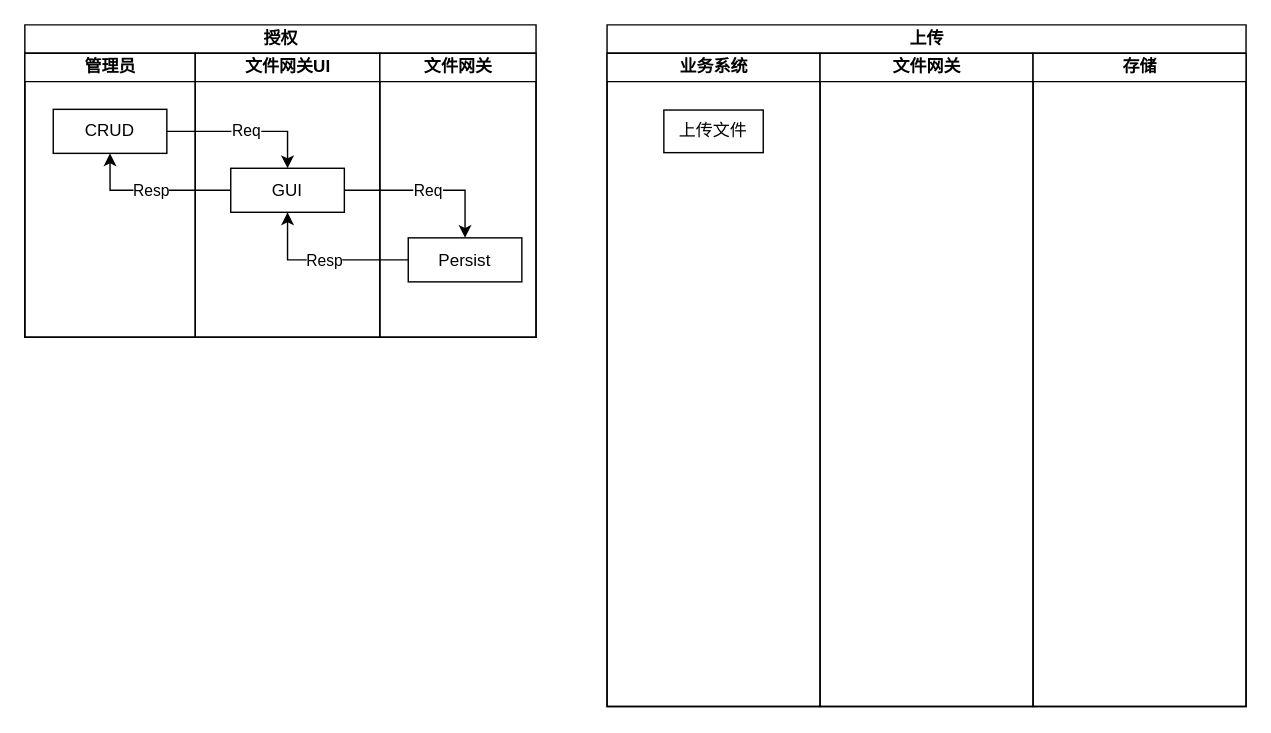
Above: File-gateway.drawio in MouGG/drawio (draw.io), before the change. Source tidied: cells renumbered, new cells numbered last; positions are measured from the earlier drawing's top-left corner, leaving out a move shared by most shapes. Both pictures are drawn from the tidied source at 142%, with x=0, y=0 at pixel (24, 24).
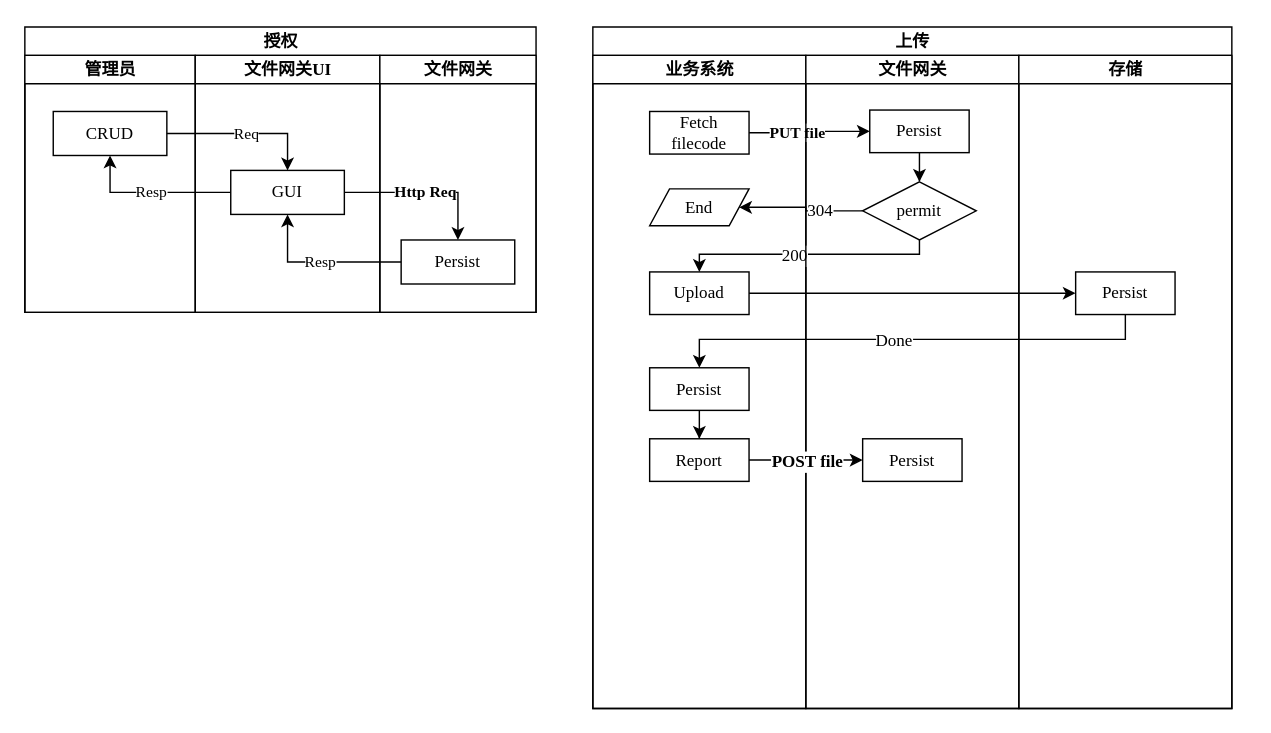
The same diagram, later.

Change to the diagram source:
```diff
@@
-    <mxCell id="2" value="上传" style="swimlane;html=1;startSize=20;" parent="1" vertex="1">
-      <mxGeometry x="410" width="450" height="480" as="geometry" />
+    <mxCell id="2" value="上传" style="swimlane;html=1;startSize=20;fontFamily=Times New Roman;" parent="1" vertex="1">
+      <mxGeometry x="400" y="1.5" width="450" height="480" as="geometry" />
     </mxCell>
-    <mxCell id="3" value="业务系统" style="swimlane;html=1;startSize=20;" parent="2" vertex="1">
+    <mxCell id="3" value="业务系统" style="swimlane;html=1;startSize=20;fontFamily=Times New Roman;" parent="2" vertex="1">
       <mxGeometry y="20" width="150" height="460" as="geometry" />
     </mxCell>
-    <mxCell id="4" value="上传文件" style="rounded=0;whiteSpace=wrap;html=1;" parent="3" vertex="1">
-      <mxGeometry x="40" y="40" width="70" height="30" as="geometry" />
+    <mxCell id="4" value="Fetch filecode" style="rounded=0;whiteSpace=wrap;html=1;fontFamily=Times New Roman;" parent="3" vertex="1">
+      <mxGeometry x="40" y="39.5" width="70" height="30" as="geometry" />
     </mxCell>
+    <mxCell id="18" value="End" style="shape=parallelogram;perimeter=parallelogramPerimeter;whiteSpace=wrap;html=1;fontFamily=Times New Roman;" parent="3" vertex="1">
+      <mxGeometry x="40" y="94" width="70" height="26" as="geometry" />
+    </mxCell>
+    <mxCell id="19" value="Upload" style="rounded=0;whiteSpace=wrap;html=1;fontFamily=Times New Roman;" parent="3" vertex="1">
+      <mxGeometry x="40" y="152.5" width="70" height="30" as="geometry" />
+    </mxCell>
+    <mxCell id="20" style="edgeStyle=orthogonalEdgeStyle;rounded=0;comic=0;jettySize=auto;html=1;fontFamily=Times New Roman;" parent="3" edge="1" source="21" target="22">
+      <mxGeometry relative="1" as="geometry" />
+    </mxCell>
+    <mxCell id="21" value="Persist" style="rounded=0;whiteSpace=wrap;html=1;fontFamily=Times New Roman;" parent="3" vertex="1">
+      <mxGeometry x="40" y="220" width="70" height="30" as="geometry" />
+    </mxCell>
+    <mxCell id="22" value="Report" style="rounded=0;whiteSpace=wrap;html=1;fontFamily=Times New Roman;" parent="3" vertex="1">
+      <mxGeometry x="40" y="270" width="70" height="30" as="geometry" />
+    </mxCell>
+    <mxCell id="23" value="&lt;font&gt;&lt;b&gt;PUT file&lt;/b&gt;&lt;/font&gt;" style="edgeStyle=orthogonalEdgeStyle;rounded=0;comic=0;jettySize=auto;html=1;fontFamily=Times New Roman;entryX=0;entryY=0.5;entryDx=0;entryDy=0;" parent="2" edge="1" source="4" target="32">
+      <mxGeometry x="-0.22" relative="1" as="geometry" />
+    </mxCell>
+    <mxCell id="24" style="edgeStyle=orthogonalEdgeStyle;rounded=0;comic=0;jettySize=auto;html=1;fontFamily=Times New Roman;" parent="2" edge="1" source="29" target="18">
+      <mxGeometry relative="1" as="geometry" />
+    </mxCell>
+    <mxCell id="25" value="&lt;div&gt;304&lt;/div&gt;" style="text;html=1;align=center;verticalAlign=middle;labelBackgroundColor=#ffffff;fontFamily=Times New Roman;" parent="24" vertex="1">
+      <mxGeometry x="-0.3" y="-1" relative="1" as="geometry" />
+    </mxCell>
+    <mxCell id="26" style="edgeStyle=orthogonalEdgeStyle;rounded=0;comic=0;jettySize=auto;html=1;entryX=0.5;entryY=0;entryDx=0;entryDy=0;fontFamily=Times New Roman;" parent="2" edge="1" source="29" target="19">
+      <mxGeometry relative="1" as="geometry">
+        <Array as="points">
+          <mxPoint x="230" y="160" />
+          <mxPoint x="75" y="160" />
+        </Array>
+      </mxGeometry>
+    </mxCell>
+    <mxCell id="27" value="200" style="text;html=1;align=center;verticalAlign=middle;labelBackgroundColor=#ffffff;fontFamily=Times New Roman;" parent="26" vertex="1">
+      <mxGeometry x="0.11" y="1" relative="1" as="geometry" />
+    </mxCell>
+    <mxCell id="28" style="edgeStyle=orthogonalEdgeStyle;rounded=0;comic=0;jettySize=auto;html=1;entryX=0;entryY=0.5;entryDx=0;entryDy=0;fontFamily=Times New Roman;" parent="2" edge="1" source="19" target="33">
+      <mxGeometry relative="1" as="geometry" />
+    </mxCell>
-    <mxCell id="5" value="文件网关" style="swimlane;html=1;startSize=20;" parent="2" vertex="1">
+    <mxCell id="5" value="文件网关" style="swimlane;html=1;startSize=20;fontFamily=Times New Roman;" parent="2" vertex="1">
       <mxGeometry x="150" y="20" width="150" height="460" as="geometry" />
     </mxCell>
+    <mxCell id="29" value="&lt;font&gt;permit&lt;/font&gt;" style="rhombus;whiteSpace=wrap;html=1;fontFamily=Times New Roman;" parent="5" vertex="1">
+      <mxGeometry x="40" y="89" width="80" height="41" as="geometry" />
+    </mxCell>
+    <mxCell id="30" value="Persist" style="rounded=0;whiteSpace=wrap;html=1;fontFamily=Times New Roman;" parent="5" vertex="1">
+      <mxGeometry x="40" y="270" width="70" height="30" as="geometry" />
+    </mxCell>
+    <mxCell id="31" style="edgeStyle=orthogonalEdgeStyle;rounded=0;comic=0;jettySize=auto;html=1;entryX=0.5;entryY=0;entryDx=0;entryDy=0;fontFamily=Times New Roman;" parent="5" edge="1" source="32" target="29">
+      <mxGeometry relative="1" as="geometry" />
+    </mxCell>
+    <mxCell id="32" value="Persist" style="rounded=0;whiteSpace=wrap;html=1;fontFamily=Times New Roman;" parent="5" vertex="1">
+      <mxGeometry x="45" y="38.5" width="70" height="30" as="geometry" />
+    </mxCell>
-    <mxCell id="6" value="存储" style="swimlane;html=1;startSize=20;" parent="2" vertex="1">
+    <mxCell id="6" value="存储" style="swimlane;html=1;startSize=20;fontFamily=Times New Roman;" parent="2" vertex="1">
       <mxGeometry x="300" y="20" width="150" height="460" as="geometry" />
     </mxCell>
+    <mxCell id="33" value="Persist" style="rounded=0;whiteSpace=wrap;html=1;fontFamily=Times New Roman;" parent="6" vertex="1">
+      <mxGeometry x="40" y="152.5" width="70" height="30" as="geometry" />
+    </mxCell>
+    <mxCell id="34" style="edgeStyle=orthogonalEdgeStyle;rounded=0;comic=0;jettySize=auto;html=1;entryX=0.5;entryY=0;entryDx=0;entryDy=0;fontFamily=Times New Roman;" parent="2" edge="1" source="33" target="21">
+      <mxGeometry relative="1" as="geometry">
+        <Array as="points">
+          <mxPoint x="375" y="220" />
+          <mxPoint x="75" y="220" />
+        </Array>
+      </mxGeometry>
+    </mxCell>
+    <mxCell id="35" value="&lt;div&gt;Done&lt;/div&gt;" style="text;html=1;align=center;verticalAlign=middle;labelBackgroundColor=#ffffff;fontFamily=Times New Roman;" parent="34" vertex="1">
+      <mxGeometry x="0.07" y="1" relative="1" as="geometry" />
+    </mxCell>
+    <mxCell id="36" style="edgeStyle=orthogonalEdgeStyle;rounded=0;comic=0;jettySize=auto;html=1;entryX=0;entryY=0.5;entryDx=0;entryDy=0;fontFamily=Times New Roman;" parent="2" edge="1" source="22" target="30">
+      <mxGeometry relative="1" as="geometry" />
+    </mxCell>
+    <mxCell id="37" value="POST file" style="text;html=1;align=center;verticalAlign=middle;labelBackgroundColor=#ffffff;fontStyle=1;fontFamily=Times New Roman;" parent="36" vertex="1">
+      <mxGeometry x="-0.33" relative="1" as="geometry">
+        <mxPoint x="13" y="0.5" as="offset" />
+      </mxGeometry>
+    </mxCell>
-    <mxCell id="7" value="授权" style="swimlane;html=1;startSize=20;" parent="1" vertex="1">
-      <mxGeometry width="360" height="220" as="geometry" />
+    <mxCell id="7" value="授权" style="swimlane;html=1;startSize=20;fontFamily=Times New Roman;" parent="1" vertex="1">
+      <mxGeometry y="1.5" width="360" height="201" as="geometry" />
     </mxCell>
-    <mxCell id="8" value="管理员" style="swimlane;html=1;startSize=20;" parent="7" vertex="1">
-      <mxGeometry y="20" width="120" height="200" as="geometry" />
+    <mxCell id="8" value="管理员" style="swimlane;html=1;startSize=20;fontFamily=Times New Roman;" parent="7" vertex="1">
+      <mxGeometry y="20" width="120" height="181" as="geometry" />
     </mxCell>
-    <mxCell id="9" value="&lt;div&gt;CRUD&lt;/div&gt;" style="rounded=0;whiteSpace=wrap;html=1;" parent="8" vertex="1">
+    <mxCell id="9" value="&lt;div&gt;CRUD&lt;/div&gt;" style="rounded=0;whiteSpace=wrap;html=1;fontFamily=Times New Roman;" parent="8" vertex="1">
       <mxGeometry x="20" y="39.5" width="80" height="31" as="geometry" />
     </mxCell>
-    <mxCell id="10" value="文件网关UI" style="swimlane;html=1;startSize=20;" parent="7" vertex="1">
-      <mxGeometry x="120" y="20" width="130" height="200" as="geometry" />
+    <mxCell id="10" value="文件网关UI" style="swimlane;html=1;startSize=20;fontFamily=Times New Roman;" parent="7" vertex="1">
+      <mxGeometry x="120" y="20" width="130" height="181" as="geometry" />
     </mxCell>
-    <mxCell id="11" value="GUI" style="rounded=0;whiteSpace=wrap;html=1;" parent="10" vertex="1">
+    <mxCell id="11" value="GUI" style="rounded=0;whiteSpace=wrap;html=1;fontFamily=Times New Roman;" parent="10" vertex="1">
       <mxGeometry x="25" y="81" width="80" height="31" as="geometry" />
     </mxCell>
-    <mxCell id="12" value="文件网关" style="swimlane;html=1;startSize=20;" parent="7" vertex="1">
-      <mxGeometry x="250" y="20" width="110" height="200" as="geometry" />
+    <mxCell id="12" value="文件网关" style="swimlane;html=1;startSize=20;fontFamily=Times New Roman;" parent="7" vertex="1">
+      <mxGeometry x="250" y="20" width="110" height="181" as="geometry" />
     </mxCell>
-    <mxCell id="13" value="Persist" style="rounded=0;whiteSpace=wrap;html=1;" parent="12" vertex="1">
-      <mxGeometry x="20" y="130" width="80" height="31" as="geometry" />
+    <mxCell id="13" value="Persist" style="rounded=0;whiteSpace=wrap;html=1;fontFamily=Times New Roman;" parent="12" vertex="1">
+      <mxGeometry x="15" y="130" width="80" height="31" as="geometry" />
     </mxCell>
-    <mxCell id="14" value="Req" style="edgeStyle=orthogonalEdgeStyle;rounded=0;comic=0;jettySize=auto;html=1;" parent="7" edge="1" source="9" target="11">
+    <mxCell id="14" value="Req" style="edgeStyle=orthogonalEdgeStyle;rounded=0;comic=0;jettySize=auto;html=1;fontFamily=Times New Roman;" parent="7" edge="1" source="9" target="11">
       <mxGeometry relative="1" as="geometry">
         <Array as="points">
           <mxPoint x="185" y="75" />
         </Array>
       </mxGeometry>
     </mxCell>
-    <mxCell id="15" value="Req" style="edgeStyle=orthogonalEdgeStyle;rounded=0;comic=0;jettySize=auto;html=1;entryX=0.5;entryY=0;entryDx=0;entryDy=0;" parent="7" edge="1" source="11" target="13">
+    <mxCell id="15" value="&lt;font&gt;&lt;b&gt;Http Req&lt;/b&gt;&lt;/font&gt;" style="edgeStyle=orthogonalEdgeStyle;rounded=0;comic=0;jettySize=auto;html=1;entryX=0.5;entryY=0;entryDx=0;entryDy=0;fontFamily=Times New Roman;" parent="7" edge="1" source="11" target="13">
       <mxGeometry relative="1" as="geometry" />
     </mxCell>
-    <mxCell id="16" value="Resp" style="edgeStyle=orthogonalEdgeStyle;rounded=0;comic=0;jettySize=auto;html=1;entryX=0.5;entryY=1;entryDx=0;entryDy=0;" parent="7" edge="1" source="13" target="11">
+    <mxCell id="16" value="Resp" style="edgeStyle=orthogonalEdgeStyle;rounded=0;comic=0;jettySize=auto;html=1;entryX=0.5;entryY=1;entryDx=0;entryDy=0;fontFamily=Times New Roman;" parent="7" edge="1" source="13" target="11">
       <mxGeometry relative="1" as="geometry" />
     </mxCell>
-    <mxCell id="17" value="Resp" style="edgeStyle=orthogonalEdgeStyle;rounded=0;comic=0;jettySize=auto;html=1;entryX=0.5;entryY=1;entryDx=0;entryDy=0;" parent="7" edge="1" source="11" target="9">
+    <mxCell id="17" value="Resp" style="edgeStyle=orthogonalEdgeStyle;rounded=0;comic=0;jettySize=auto;html=1;entryX=0.5;entryY=1;entryDx=0;entryDy=0;fontFamily=Times New Roman;" parent="7" edge="1" source="11" target="9">
       <mxGeometry relative="1" as="geometry" />
     </mxCell>
```
